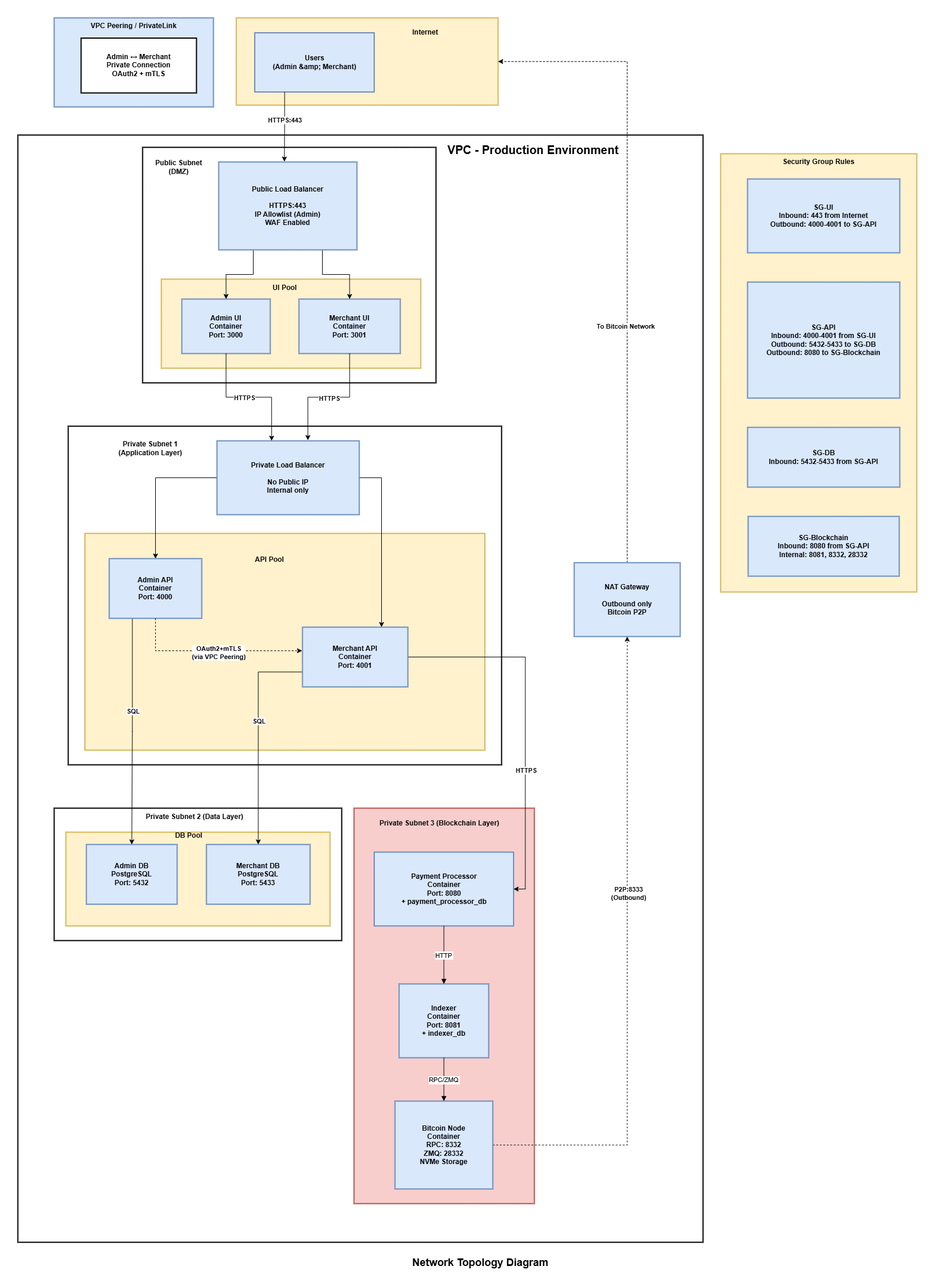
Before: docs/Network Topology Diagram.png, a diagram exported from draw.io (NaimKhan/CodeLab_InfraSRE_Engineer_Final_Test). Source tidied: cells renumbered, new cells last; positions are measured from the earlier drawing's top-left corner, leaving out a move shared by most shapes.
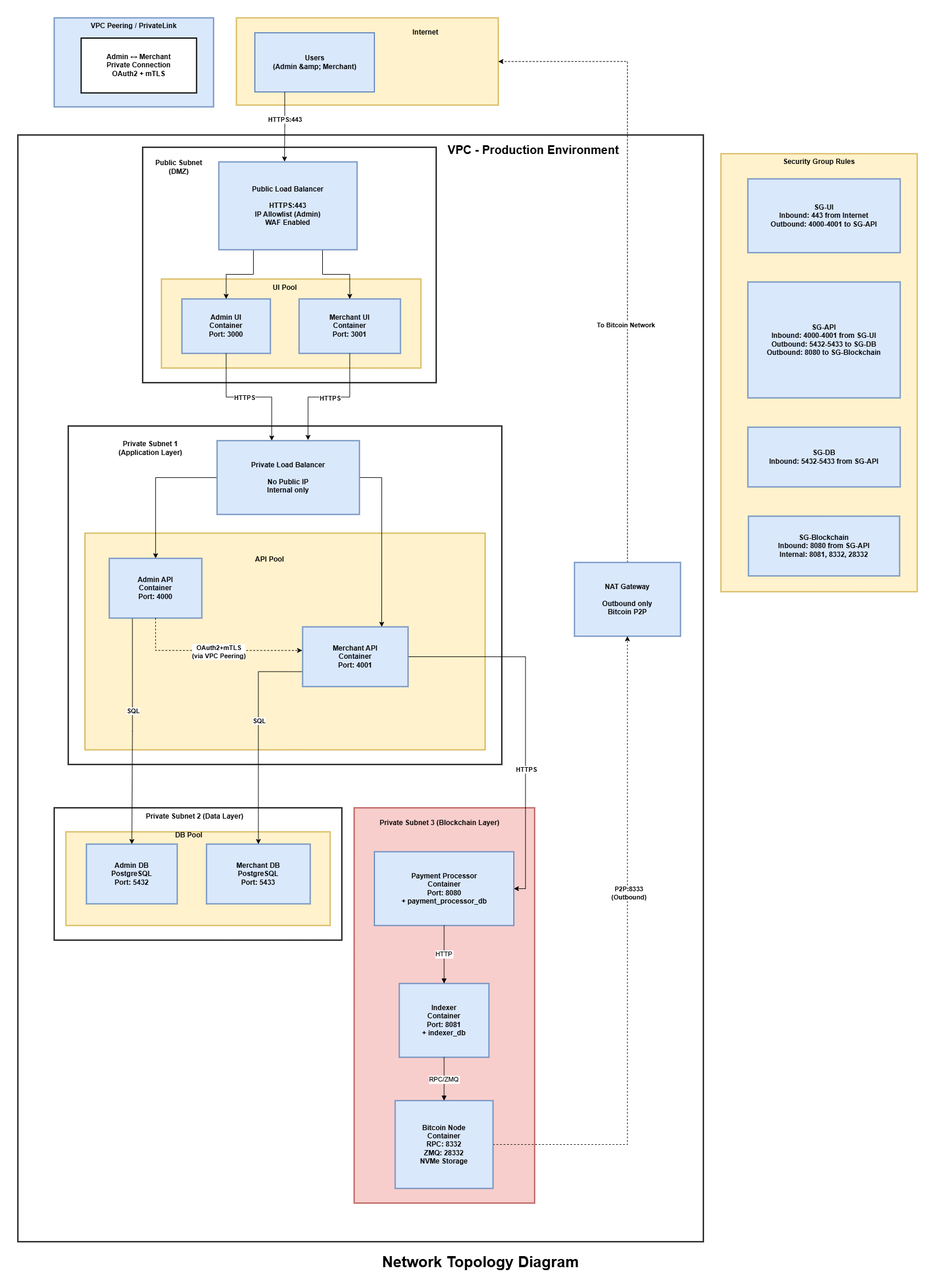
The same file after the commit.

Commit message:
Improve diagram -v2

The edit, as a diff of the source:
```diff
@@ -200,7 +200,7 @@
     <mxCell id="65" style="rounded=0;whiteSpace=wrap;html=1;fillColor=none;strokeColor=none;" parent="1" vertex="1">
       <mxGeometry width="1600" height="2190" as="geometry" />
     </mxCell>
-    <mxCell id="66" value="&lt;b&gt;&lt;font style=&quot;font-size: 18px;&quot;&gt;Network Topology Diagram&lt;/font&gt;&lt;/b&gt;" style="text;html=1;whiteSpace=wrap;strokeColor=none;fillColor=none;align=center;verticalAlign=middle;rounded=0;" parent="1" vertex="1">
+    <mxCell id="66" value="&lt;b&gt;&lt;font style=&quot;font-size: 26px;&quot;&gt;Network Topology Diagram&lt;/font&gt;&lt;/b&gt;" style="text;html=1;whiteSpace=wrap;strokeColor=none;fillColor=none;align=center;verticalAlign=middle;rounded=0;" parent="1" vertex="1">
       <mxGeometry x="650" y="2140" width="340" height="30" as="geometry" />
     </mxCell>
   </root>
```
